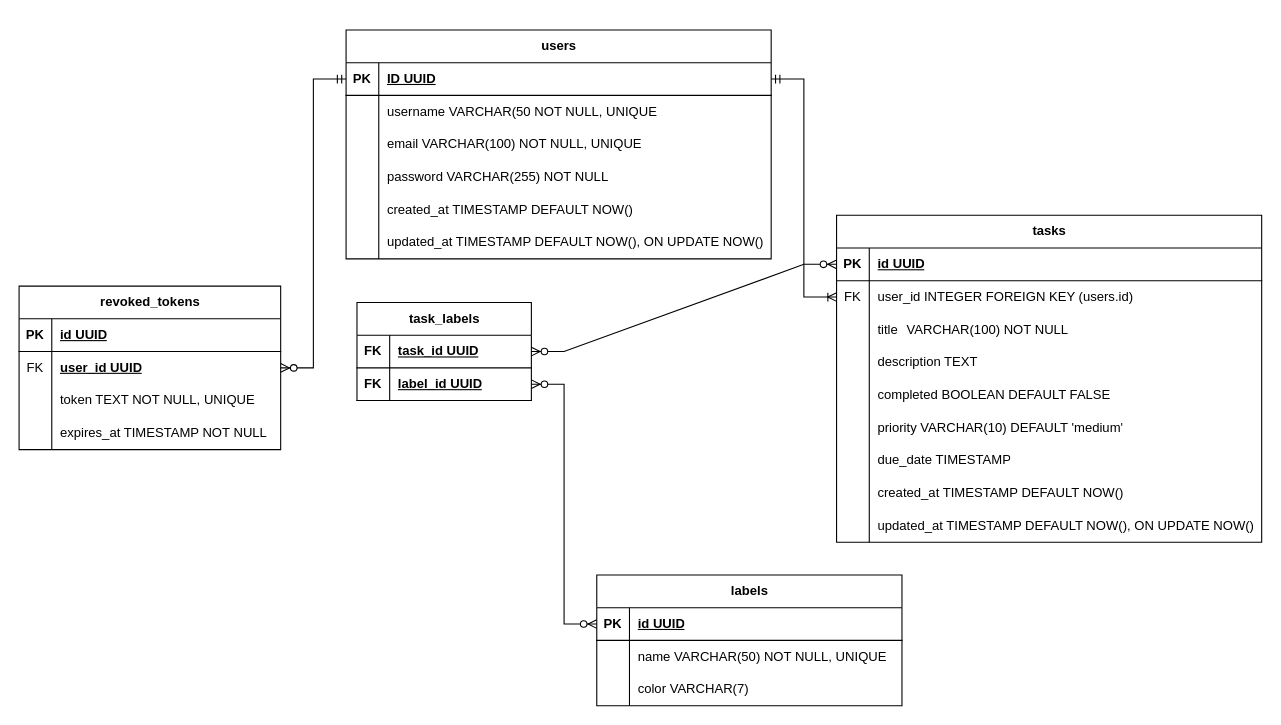
Above: doc/DataBaseDiagram.drawio in BackendHub-1i8n/SpringBootTodoApi (draw.io), before the change. Source tidied: cells renumbered, new cells numbered last; positions are measured from the earlier drawing's top-left corner, leaving out a move shared by most shapes. Both pictures are drawn from the tidied source at 109%, with x=0, y=0 at pixel (19, 29).
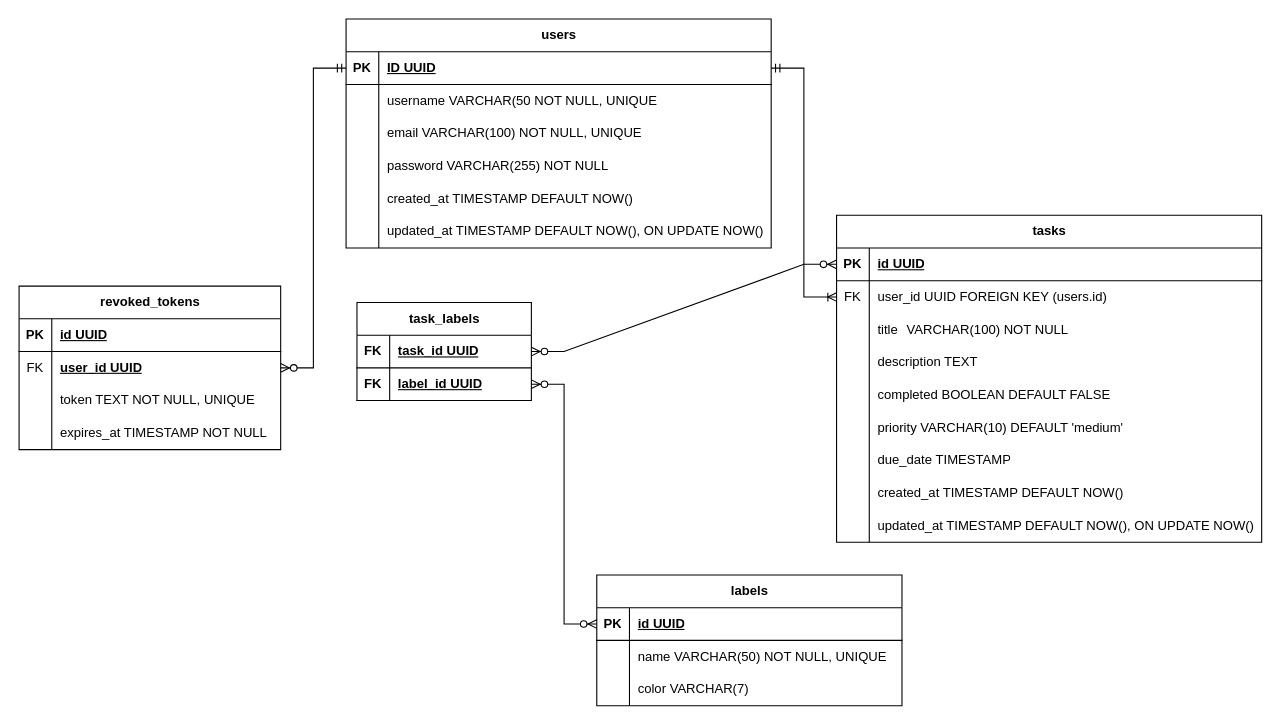
The same page after the edit.

Commit message (it also covers changes not shown here):
feat: add backup of database diagram for task management system

The change refers to these unchanged cells:
```xml
<mxCell id="25" style="shape=tableRow;horizontal=0;startSize=0;swimlaneHead=0;swimlaneBody=0;fillColor=none;points=[[0,0.5],[1,0.5]];portConstraint=eastwest;top=0;left=0;right=0;bottom=0;" parent="21" vertex="1">
  <mxGeometry y="60" width="390" height="30" as="geometry" />
</mxCell>
```

What changed in the source:
```diff
@@
     <mxCell id="2" value="users" style="shape=table;startSize=30;childLayout=tableLayout;rowLines=0;fontStyle=1;align=center;html=1;" parent="1" vertex="1">
-      <mxGeometry x="300" width="390" height="210" as="geometry" />
+      <mxGeometry x="300" y="-10" width="390" height="210" as="geometry" />
     </mxCell>
@@
-    <mxCell id="27" value="user_id INTEGER FOREIGN KEY (users.id)" style="shape=partialRectangle;fillColor=none;top=0;left=0;bottom=0;right=0;align=left;spacingLeft=6;overflow=hidden;whiteSpace=wrap;html=1;" parent="25" vertex="1">
+    <mxCell id="27" value="user_id UUID FOREIGN KEY (users.id)" style="shape=partialRectangle;fillColor=none;top=0;left=0;bottom=0;right=0;align=left;spacingLeft=6;overflow=hidden;whiteSpace=wrap;html=1;" parent="25" vertex="1">
       <mxGeometry x="30" width="360" height="30" as="geometry" />
     </mxCell>
```
